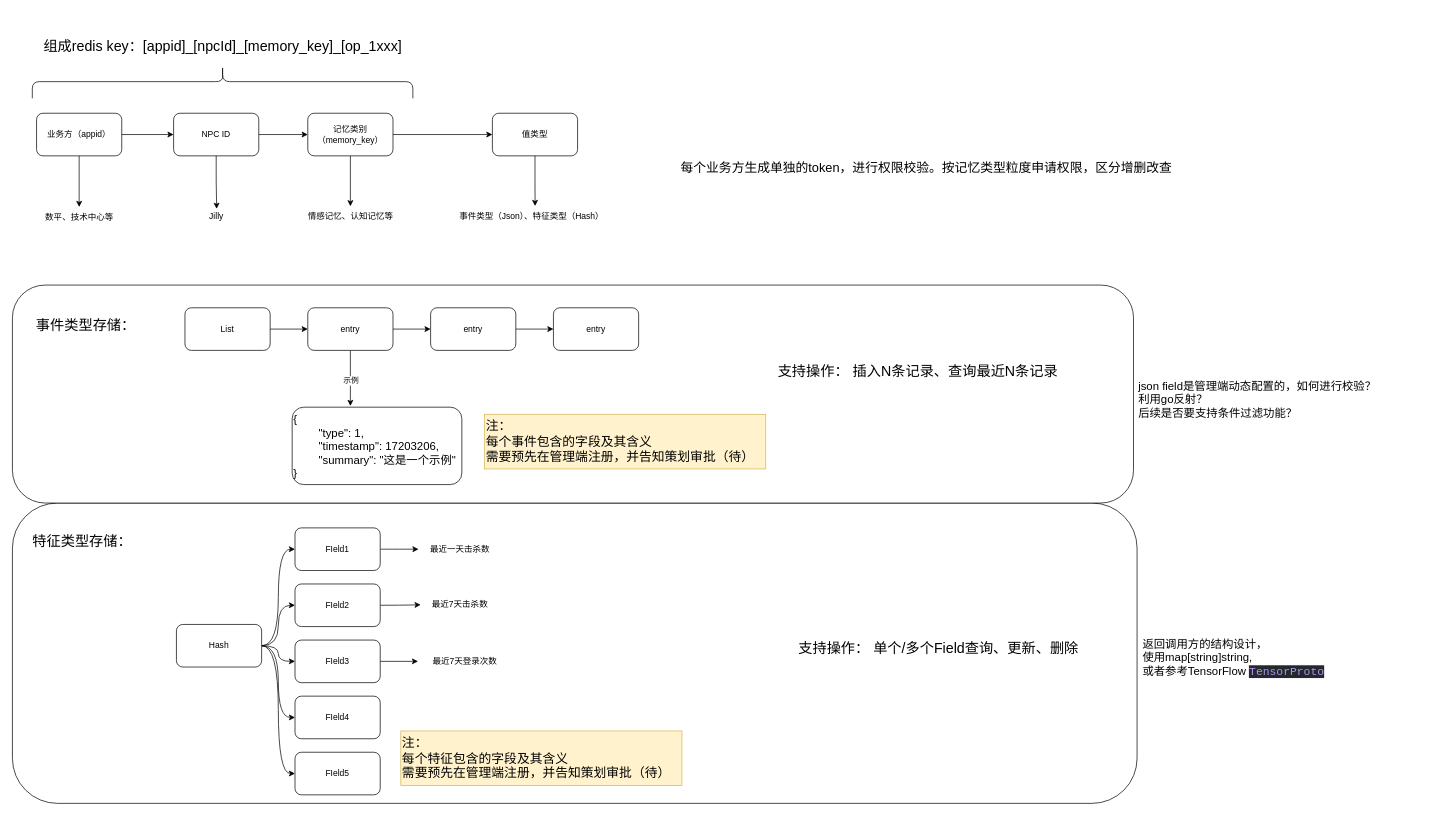
Earlier version of the draw.io diagram page "第 4 页" (4 of 4) of Untitled Diagram.drawio (Ice-Tea-7/HelloWorld). Source tidied: cells renumbered, new cells numbered last; positions are measured from the earlier drawing's top-left corner, leaving out a move shared by most shapes. Both pictures are drawn from the tidied source at 71%, with x=0, y=0 at pixel (12, 33).
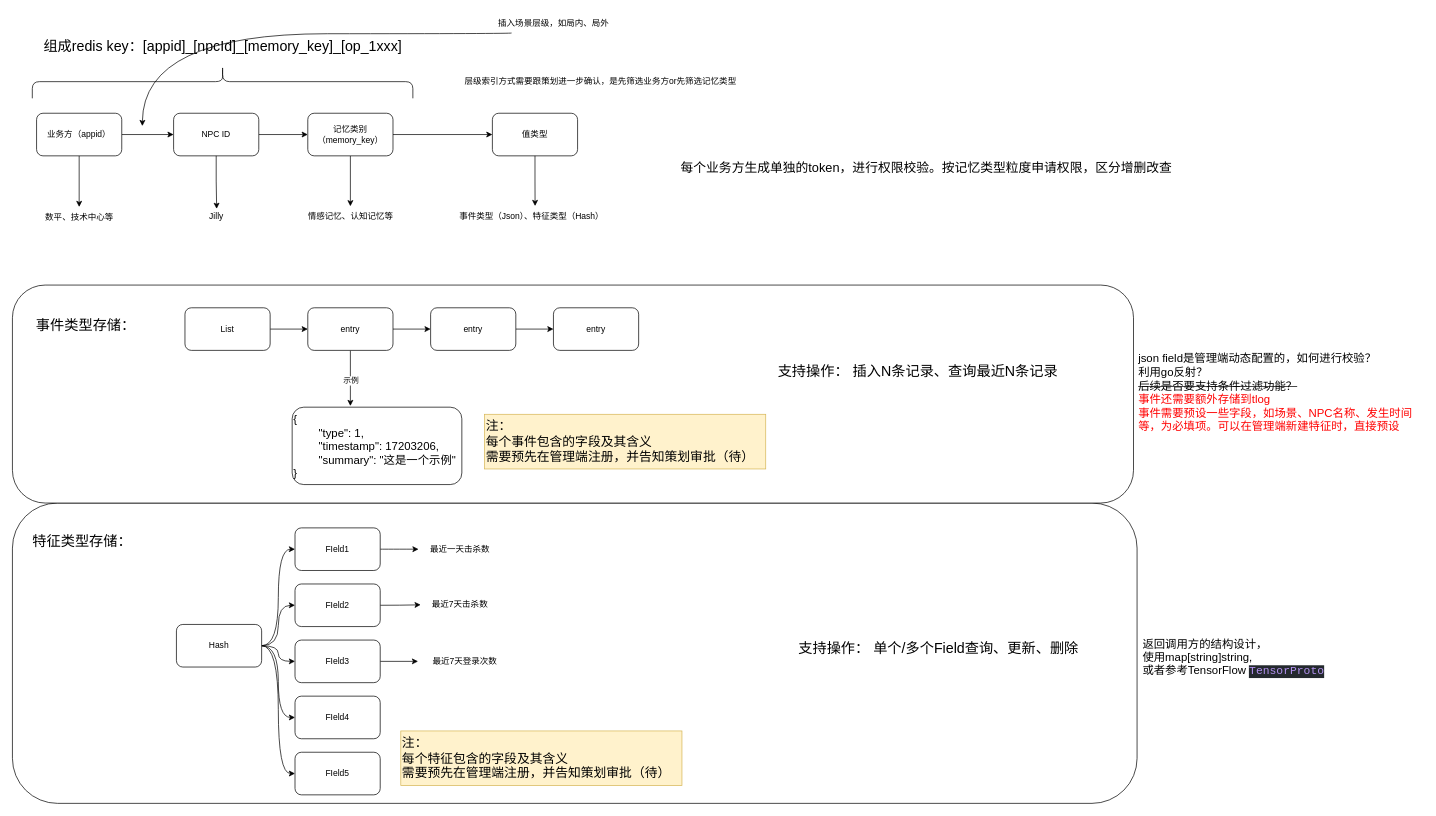
After the change.

What changed in the source:
```diff
@@
-    <mxCell id="55" value="&lt;font style=&quot;font-size: 16px;&quot;&gt;json field是管理端动态配置的，如何进行校验？&lt;br&gt;利用go反射？&lt;/font&gt;&lt;div&gt;&lt;font style=&quot;font-size: 16px;&quot;&gt;后续是否要支持条件过滤功能？&lt;/font&gt;&lt;/div&gt;" style="text;html=1;align=left;verticalAlign=middle;strokeColor=none;fillColor=none;" parent="1" vertex="1">
-      <mxGeometry x="1584" y="481" width="353" height="70" as="geometry" />
+    <mxCell id="55" value="&lt;font style=&quot;font-size: 16px;&quot;&gt;json field是管理端动态配置的，如何进行校验？&lt;br&gt;利用go反射？&lt;/font&gt;&lt;div&gt;&lt;font style=&quot;font-size: 16px;&quot;&gt;&lt;strike&gt;后续是否要支持条件过滤功能？&lt;/strike&gt;&lt;/font&gt;&lt;/div&gt;&lt;div&gt;&lt;span style=&quot;font-size: 16px;&quot;&gt;&lt;font style=&quot;color: rgb(255, 0, 0);&quot;&gt;事件还需要额外存储到tlog&lt;/font&gt;&lt;/span&gt;&lt;/div&gt;&lt;div&gt;&lt;span style=&quot;font-size: 16px;&quot;&gt;&lt;font style=&quot;color: rgb(255, 0, 0);&quot;&gt;事件需要预设一些字段，如场景、NPC名称、发生时间&lt;/font&gt;&lt;/span&gt;&lt;/div&gt;&lt;div&gt;&lt;span style=&quot;font-size: 16px;&quot;&gt;&lt;font style=&quot;color: rgb(255, 0, 0);&quot;&gt;等，&lt;/font&gt;&lt;font style=&quot;color: rgb(255, 0, 0);&quot;&gt;为必填项。可以在管理端新建特征时，直接预设&lt;/font&gt;&lt;/span&gt;&lt;/div&gt;&lt;div&gt;&lt;span style=&quot;font-size: 16px;&quot;&gt;&lt;br&gt;&lt;/span&gt;&lt;/div&gt;" style="text;html=1;align=left;verticalAlign=middle;strokeColor=none;fillColor=none;" parent="1" vertex="1">
+      <mxGeometry x="1584" y="443" width="404" height="146" as="geometry" />
     </mxCell>
@@
+    <mxCell id="57" value="层级索引方式需要跟策划进一步确认，是先筛选业务方or先筛选记忆类型" style="text;html=1;align=center;verticalAlign=middle;strokeColor=none;fillColor=none;" parent="1" vertex="1">
+      <mxGeometry x="596" y="54" width="464" height="29" as="geometry" />
+    </mxCell>
+    <mxCell id="58" style="endArrow=classic;html=1;rounded=0;edgeStyle=orthogonalEdgeStyle;curved=1;" parent="1" edge="1">
+      <mxGeometry relative="1" as="geometry">
+        <mxPoint x="703" as="sourcePoint" />
+        <mxPoint x="183" y="131" as="targetPoint" />
+        <Array as="points">
+          <mxPoint x="703" y="1" />
+          <mxPoint x="184" y="1" />
+        </Array>
+      </mxGeometry>
+    </mxCell>
+    <mxCell id="59" value="插入场景层级，如局内、局外" style="text;html=1;align=center;verticalAlign=middle;strokeColor=none;fillColor=none;" parent="1" vertex="1">
+      <mxGeometry x="662" y="-29" width="200" height="29" as="geometry" />
+    </mxCell>
```
